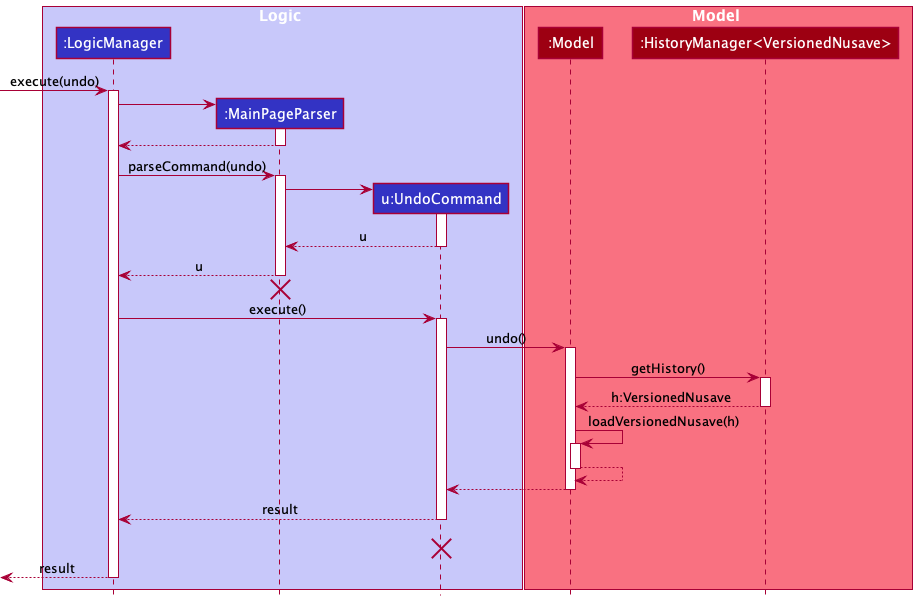
yu-ming-chen/tp keeps this PlantUML diagram as docs/diagrams/UndoSequenceDiagram.png. Above is the earlier version.
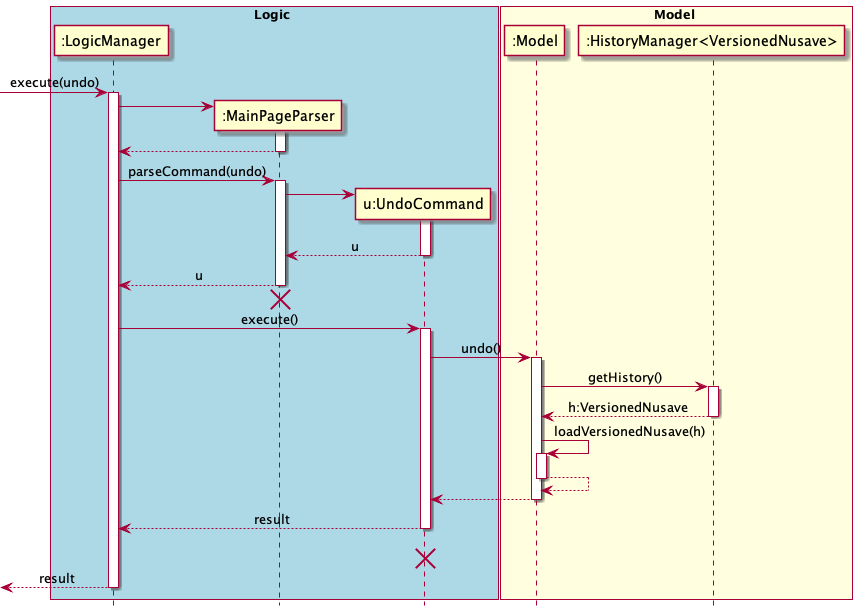
Later version of the same file.

Diff of the diagram source:
```diff
@@ -1,15 +1,16 @@
 @startuml
-!include style.puml
-
-box Logic LOGIC_COLOR_T1
-participant ":LogicManager" as LogicManager LOGIC_COLOR
-participant ":MainPageParser" as MainPageParser LOGIC_COLOR
-participant "u:UndoCommand" as UndoCommand LOGIC_COLOR
+skinparam Sequence {
+    MessageAlign center
+}
+box Logic #LightBlue
+participant ":LogicManager" as LogicManager
+participant ":MainPageParser" as MainPageParser
+participant "u:UndoCommand" as UndoCommand
 end box
 
-box Model MODEL_COLOR_T1
-participant ":Model" as Model MODEL_COLOR
-participant ":HistoryManager<VersionedNusave>" as HistoryManager MODEL_COLOR
+box Model #LightYellow
+participant ":Model" as Model
+participant ":HistoryManager<VersionedNusave>" as HistoryManager
 end box
 [-> LogicManager : execute(undo)
 activate LogicManager
@@ -64,4 +65,6 @@
 
 [<--LogicManager : result
 deactivate LogicManager
+
+hide footbox
 @enduml
```
